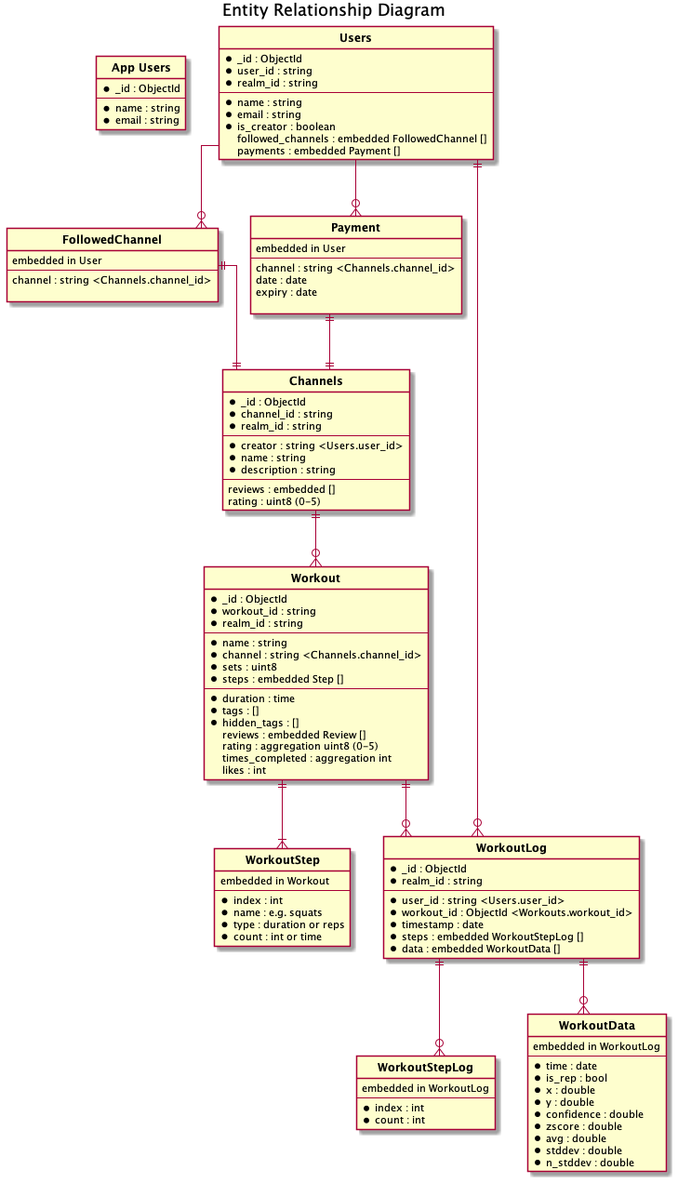
This is docs/diagrams/out/data_schema.png from wongway/tmp-form-app, a PlantUML export, as it was before one commit.
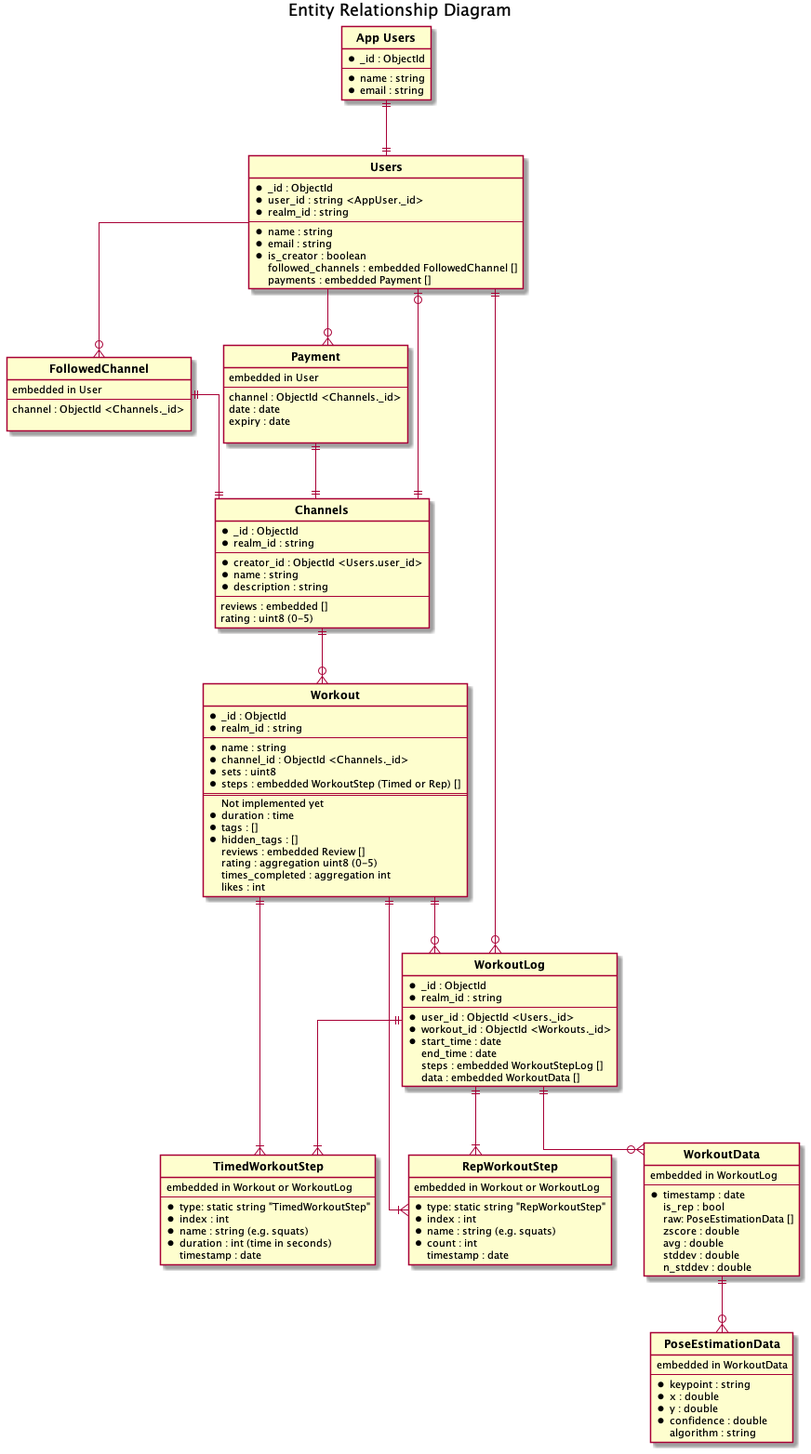
Later version of the same file.

Diff of the diagram source:
```diff
@@ -14,7 +14,7 @@
 
 entity "**Users**" as User {
     * _id : ObjectId
-    * user_id : string
+    * user_id : string <AppUser._id>
     * realm_id : string
     ---
     * name : string
@@ -27,14 +27,14 @@
 entity "**FollowedChannel**" as FollowedChannel {
     embedded in User
     ---
-    channel : string <Channels.channel_id>
+    channel : ObjectId <Channels._id>
 
 }
 
 entity "**Payment**" as Payment {
     embedded in User
     ---
-    channel : string <Channels.channel_id>
+    channel : ObjectId <Channels._id>
     date : date
     expiry : date
 
@@ -42,10 +42,9 @@
 
 entity "**Channels**" as Channel {
     * _id : ObjectId
-    * channel_id : string
     * realm_id : string
     ---
-    * creator : string <Users.user_id>
+    * creator_id : ObjectId <Users.user_id>
     * name : string
     * description : string
     ---
@@ -55,14 +54,14 @@
 
 entity "**Workout**" as Workout {
     * _id : ObjectId
-    * workout_id : string
     * realm_id : string
     ---
     * name : string
-    * channel : string <Channels.channel_id>
+    * channel_id : ObjectId <Channels._id>
     * sets : uint8
-    * steps : embedded Step []
-    ---
+    * steps : embedded WorkoutStep (Timed or Rep) []
+    ===
+    Not implemented yet
     * duration : time
     * tags : []
     * hidden_tags : []
@@ -72,51 +71,68 @@
     likes : int
 }
 
-entity "**WorkoutStep**" as Step {
-    embedded in Workout
+entity "**RepWorkoutStep**" as RepWorkoutStep {
+    embedded in Workout or WorkoutLog
     ---
+    * type: static string "RepWorkoutStep"
     * index : int
-    * name : e.g. squats
-    * type : duration or reps
-    * count : int or time
+    * name : string (e.g. squats)
+    * count : int
+    timestamp : date
+}
+
+entity "**TimedWorkoutStep**" as TimedWorkoutStep {
+    embedded in Workout or WorkoutLog
+    ---
+    * type: static string "TimedWorkoutStep"
+    * index : int
+    * name : string (e.g. squats)
+    * duration : int (time in seconds)
+    timestamp : date
 }
 
 entity "**WorkoutLog**" as WorkoutLog {
     * _id : ObjectId
     * realm_id : string
     ---
-    * user_id : string <Users.user_id>
-    * workout_id : ObjectId <Workouts.workout_id>
-    * timestamp : date
-    * steps : embedded WorkoutStepLog []
-    * data : embedded WorkoutData []
-}
-
-entity "**WorkoutStepLog**" as WorkoutLogStep {
-    embedded in WorkoutLog
-    ---
-    * index : int
-    * count : int
+    * user_id : ObjectId <Users._id>
+    * workout_id : ObjectId <Workouts._id>
+    * start_time : date
+    end_time : date
+    steps : embedded WorkoutStepLog []
+    data : embedded WorkoutData []
 }
 
 entity "**WorkoutData**" as WorkoutData {
     embedded in WorkoutLog
     ---
-    * time : date
-    * is_rep : bool
+    * timestamp : date
+    is_rep : bool
+    raw: PoseEstimationData []
+    zscore : double
+    avg : double
+    stddev : double
+    n_stddev : double
+}
+
+entity "**PoseEstimationData**" as PoseEstimationData {
+    embedded in WorkoutData
+    ---
+    * keypoint : string
     * x : double
     * y : double
     * confidence : double
-    * zscore : double
-    * avg : double
-    * stddev : double
-    * n_stddev : double
+    algorithm : string
 }
 
-Workout ||--|{ Step
+AppUser ||--|| User
+
+Workout ||--|{ TimedWorkoutStep
+Workout ||--|{ RepWorkoutStep
 Workout ||--o{ WorkoutLog
 
-WorkoutLog ||--o{ WorkoutLogStep
+WorkoutLog ||--|{ TimedWorkoutStep
+WorkoutLog ||--|{ RepWorkoutStep
 
 User ||--o{ WorkoutLog
 User --o{ FollowedChannel
@@ -125,7 +141,9 @@
 FollowedChannel ||--|| Channel
 Payment ||--|| Channel
 
+Channel ||--o| User
 Channel ||--o{ Workout
 WorkoutLog ||--o{ WorkoutData
+WorkoutData ||--o{ PoseEstimationData
 
 @enduml
```
